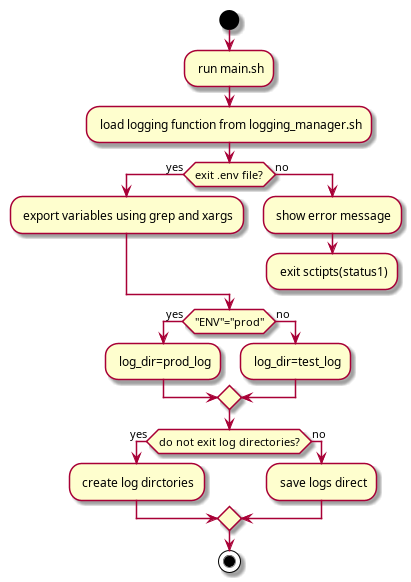
The PlantUML diagram docs/main-script-flow_activity.png in Jumacde/shellscript_whileloop, before a commit. Its source is kept beside it as docs/main-script-flow_activity.puml.
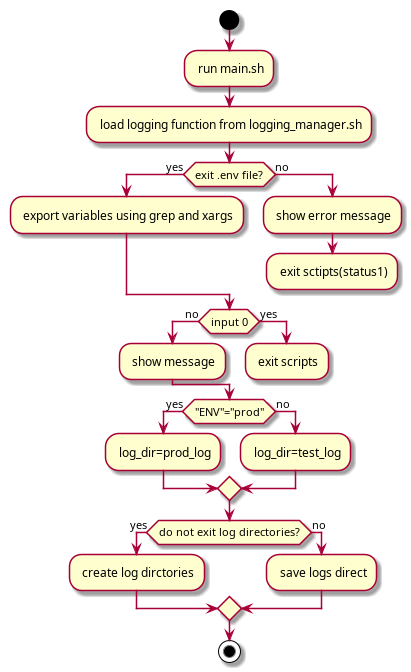
The same file after the commit.

Change to the diagram source:
```diff
@@ -8,6 +8,13 @@
 else (no)
 	: show error message;
 	: exit sctipts(status1);
+	kill
+endif
+
+if (input 0) then (no)
+	: show message;
+else (yes)
+	: exit scripts;
 	kill
 endif
 
```
